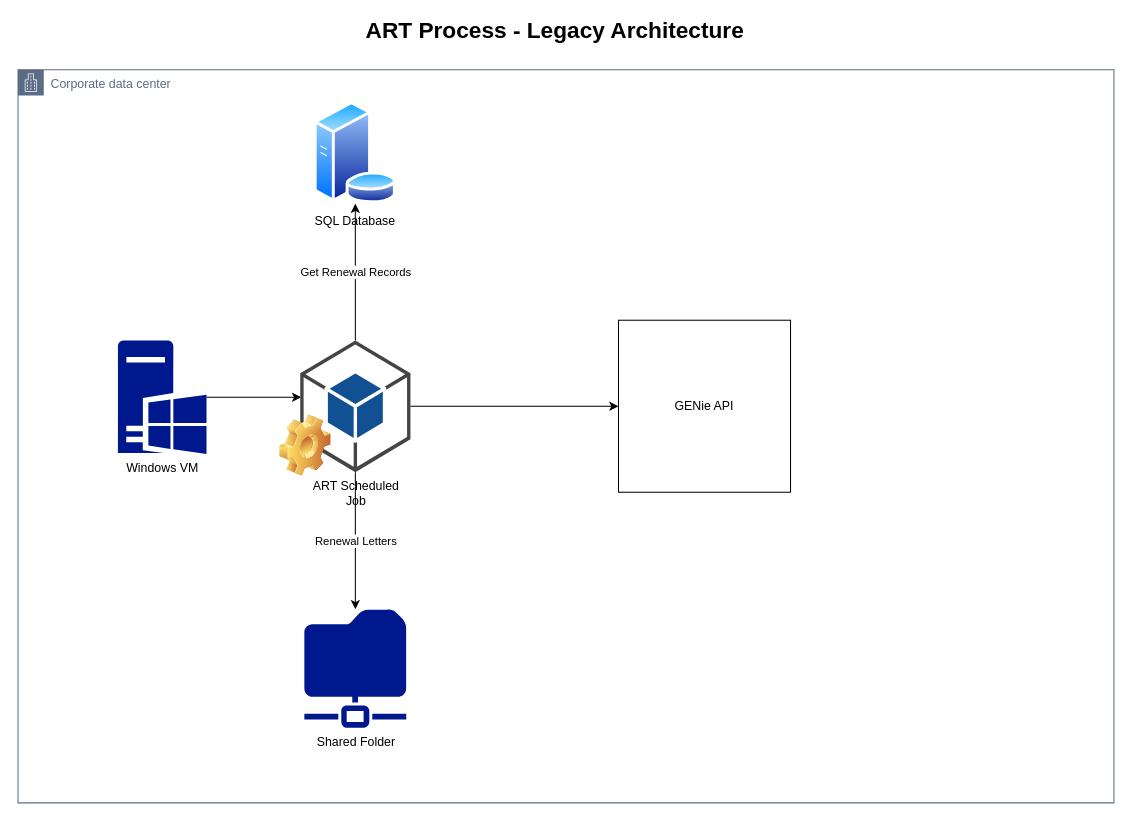
Earlier version of the draw.io diagram art-monolith.drawio (ekhanna26/architecture-diagrams). Source tidied: cells renumbered, new cells numbered last; positions are measured from the earlier drawing's top-left corner, leaving out a move shared by most shapes. Both pictures are drawn from the tidied source at 103%, with x=0, y=0 at pixel (18, 20).
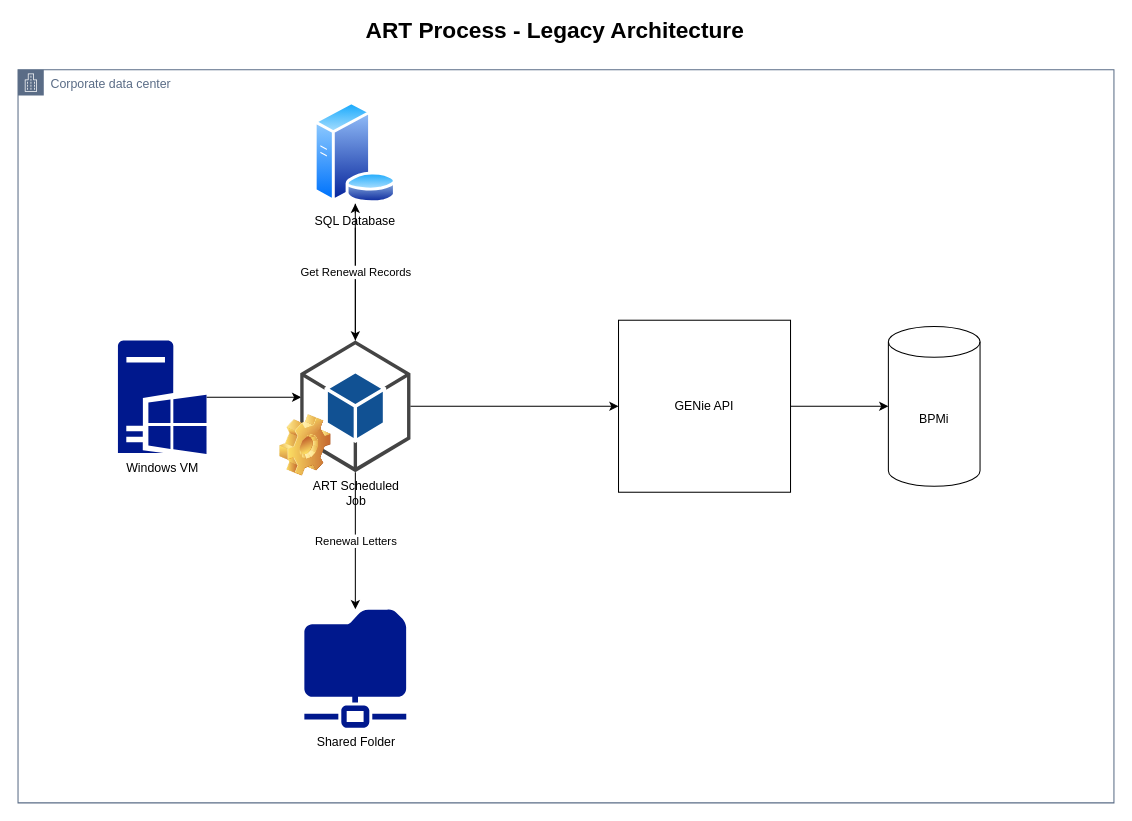
Above is the later version.

Change to the diagram source:
```diff
@@
 <mxGraphModel>
   <root>
     <mxCell id="0" />
     <mxCell id="1" parent="0" />
     <mxCell id="2" style="group;" parent="1" vertex="1">
       <mxGeometry width="1064" height="760" as="geometry" />
     </mxCell>
     <mxCell id="3" style="edgeStyle=orthogonalEdgeStyle;rounded=0;jettySize=auto;html=1;" parent="2" edge="1" source="4">
       <mxGeometry relative="1" as="geometry">
         <mxPoint x="275" y="366.1" as="targetPoint" />
       </mxGeometry>
     </mxCell>
     <mxCell id="4" value="Windows VM" style="sketch=0;shadow=0;dashed=0;html=1;strokeColor=none;labelPosition=center;verticalLabelPosition=bottom;verticalAlign=top;align=center;fillColor=#00188D;shape=mxgraph.mscae.enterprise.windows_server;" parent="2" vertex="1">
       <mxGeometry x="97" y="311" width="86" height="110.3" as="geometry" />
     </mxCell>
+    <mxCell id="15" style="edgeStyle=orthogonalEdgeStyle;rounded=0;jettySize=auto;html=1;" parent="2" edge="1" source="5" target="7">
+      <mxGeometry relative="1" as="geometry" />
+    </mxCell>
     <mxCell id="5" value="SQL Database" style="perimeter=ellipsePerimeter;html=1;align=center;shadow=0;dashed=0;spacingTop=3;image;image=img/lib/active_directory/database_server.svg;" parent="2" vertex="1">
       <mxGeometry x="286.8" y="79" width="81.3" height="99.2" as="geometry" />
     </mxCell>
     <mxCell id="6" value="Get Renewal Records" style="edgeStyle=orthogonalEdgeStyle;rounded=0;jettySize=auto;html=1;" parent="2" edge="1" source="7" target="5">
       <mxGeometry relative="1" as="geometry" />
     </mxCell>
     <mxCell id="7" value="ART Scheduled &lt;br&gt;Job" style="outlineConnect=0;dashed=0;verticalLabelPosition=bottom;verticalAlign=top;align=center;html=1;shape=mxgraph.aws3.android;fillColor=#115193;gradientColor=none;" parent="2" vertex="1">
       <mxGeometry x="274" y="311" width="107" height="127.9" as="geometry" />
     </mxCell>
     <mxCell id="8" value="Shared Folder" style="sketch=0;shadow=0;dashed=0;html=1;strokeColor=none;labelPosition=center;verticalLabelPosition=bottom;verticalAlign=top;align=center;fillColor=#00188D;shape=mxgraph.mscae.enterprise.shared_folder;" parent="2" vertex="1">
       <mxGeometry x="278" y="572" width="99" height="115.1" as="geometry" />
     </mxCell>
     <mxCell id="9" value="Renewal Letters" style="edgeStyle=orthogonalEdgeStyle;rounded=0;jettySize=auto;html=1;" parent="2" edge="1" source="7" target="8">
       <mxGeometry relative="1" as="geometry" />
     </mxCell>
     <mxCell id="10" style="shape=image;html=1;verticalLabelPosition=bottom;verticalAlign=top;imageAspect=0;image=img/clipart/Gear_128x128.png;" parent="2" vertex="1">
       <mxGeometry x="254" y="383" width="50" height="60" as="geometry" />
     </mxCell>
+    <mxCell id="16" style="edgeStyle=orthogonalEdgeStyle;rounded=0;jettySize=auto;html=1;" parent="2" edge="1" source="11" target="17">
+      <mxGeometry relative="1" as="geometry" />
+    </mxCell>
     <mxCell id="11" value="GENie API" style="whiteSpace=wrap;html=1;" parent="2" vertex="1">
       <mxGeometry x="583" y="291.4" width="167" height="167" as="geometry" />
     </mxCell>
     <mxCell id="12" style="edgeStyle=orthogonalEdgeStyle;rounded=0;jettySize=auto;html=1;" parent="2" edge="1" source="7" target="11">
       <mxGeometry relative="1" as="geometry" />
     </mxCell>
     <mxCell id="13" value="&lt;font size=&quot;1&quot; style=&quot;&quot;&gt;&lt;b style=&quot;font-size: 22px;&quot;&gt;ART Process - Legacy Architecture&lt;/b&gt;&lt;/font&gt;" style="text;html=1;align=center;verticalAlign=middle;strokeColor=none;fillColor=none;" parent="2" vertex="1">
       <mxGeometry x="332" width="377" height="22" as="geometry" />
     </mxCell>
     <mxCell id="14" value="Corporate data center" style="gradientColor=none;html=1;whiteSpace=wrap;fontSize=12;fontStyle=0;shape=mxgraph.aws4.group;grIcon=mxgraph.aws4.group_corporate_data_center;strokeColor=#5A6C86;fillColor=none;verticalAlign=top;align=left;spacingLeft=30;fontColor=#5A6C86;dashed=0;" parent="2" vertex="1">
       <mxGeometry y="48.2" width="1064" height="711.8" as="geometry" />
     </mxCell>
+    <mxCell id="17" value="BPMi" style="shape=cylinder3;whiteSpace=wrap;html=1;boundedLbl=1;backgroundOutline=1;size=15;" parent="2" vertex="1">
+      <mxGeometry x="845" y="297.4" width="89" height="155.2" as="geometry" />
+    </mxCell>
   </root>
 </mxGraphModel>
```
